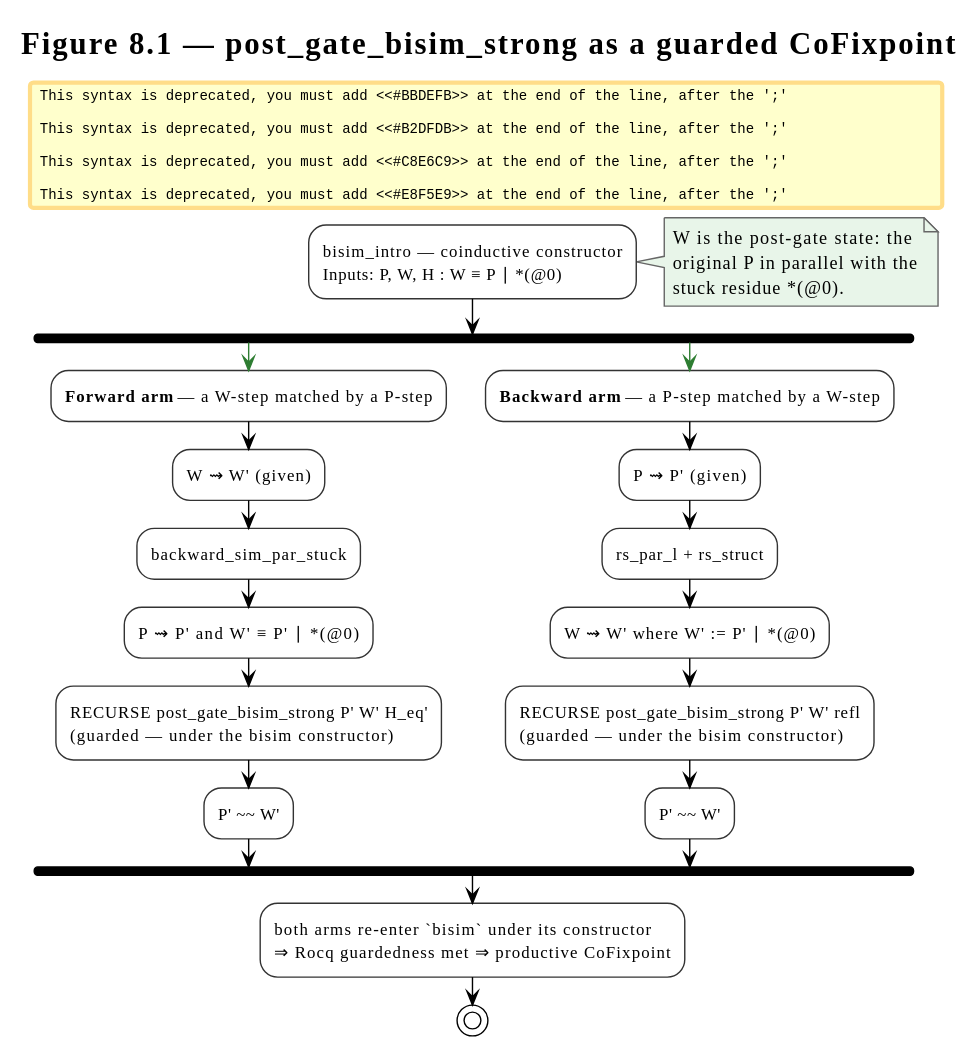
F1R3FLY-io/f1r3node-rust keeps this PlantUML diagram as docs/theory/diagrams/cofixpoint-bisim-flow.svg. Above is the earlier version.
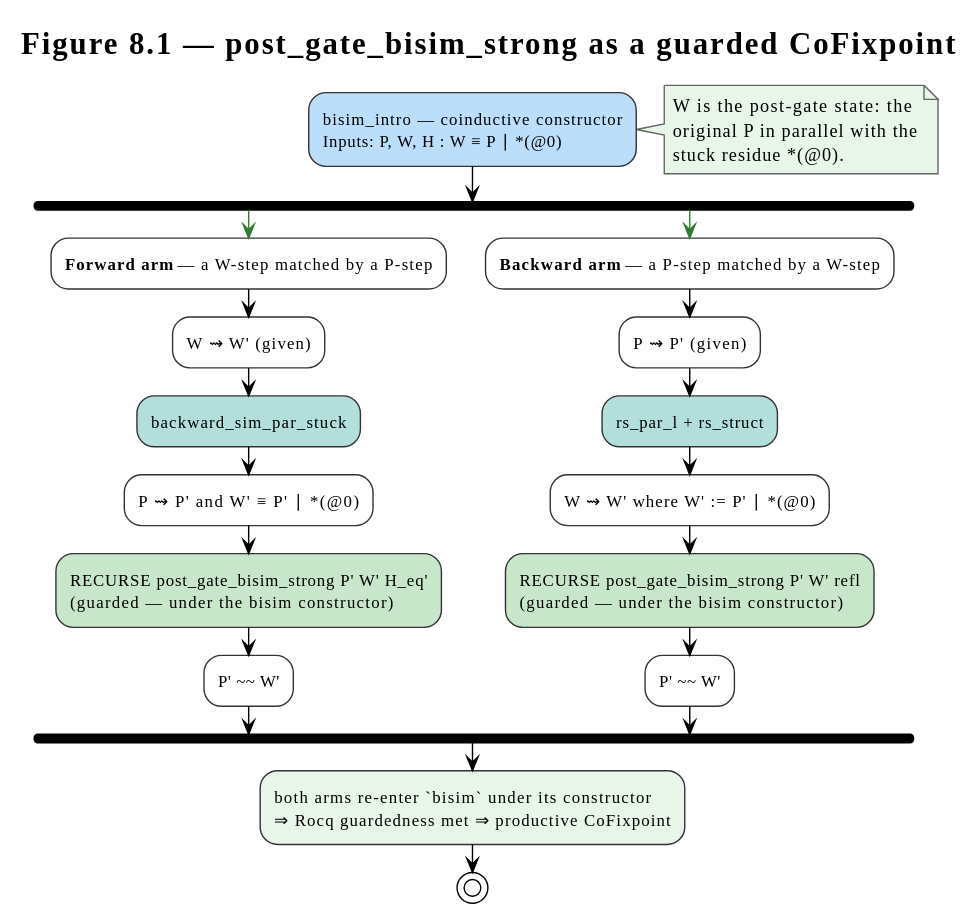
The same diagram one commit later.

Commit message:
[agent] docs(cost-accounting): fix two diagram render bugs (§8.1 deprecation, §5 fan layout)

What changed in the source:
```diff
@@ -8,7 +8,7 @@
 skinparam NoteBorderColor #666666
 title Figure 8.1 — post_gate_bisim_strong as a guarded CoFixpoint
 
-#BBDEFB:bisim_intro — coinductive constructor\nInputs: P, W, H : W ≡ P ∣ *(@0);
+:bisim_intro — coinductive constructor\nInputs: P, W, H : W ≡ P ∣ *(@0); <<#BBDEFB>>
 note right
   W is the post-gate state: the
   original P in parallel with the
@@ -19,20 +19,20 @@
   -[#2E7D32]->
   :**Forward arm** — a W-step matched by a P-step;
   :W ⇝ W'   (given);
-  #B2DFDB:backward_sim_par_stuck;
+  :backward_sim_par_stuck; <<#B2DFDB>>
   :P ⇝ P'   and   W' ≡ P' ∣ *(@0);
-  #C8E6C9:RECURSE  post_gate_bisim_strong P' W' H_eq'\n(guarded — under the bisim constructor);
+  :RECURSE  post_gate_bisim_strong P' W' H_eq'\n(guarded — under the bisim constructor); <<#C8E6C9>>
   :P' ~~ W';
 fork again
   -[#2E7D32]->
   :**Backward arm** — a P-step matched by a W-step;
   :P ⇝ P'   (given);
-  #B2DFDB:rs_par_l + rs_struct;
+  :rs_par_l + rs_struct; <<#B2DFDB>>
   :W ⇝ W'   where   W' := P' ∣ *(@0);
-  #C8E6C9:RECURSE  post_gate_bisim_strong P' W' refl\n(guarded — under the bisim constructor);
+  :RECURSE  post_gate_bisim_strong P' W' refl\n(guarded — under the bisim constructor); <<#C8E6C9>>
   :P' ~~ W';
 end fork
 
-#E8F5E9:both arms re-enter `bisim` under its constructor\n⇒ Rocq guardedness met ⇒ productive CoFixpoint;
+:both arms re-enter `bisim` under its constructor\n⇒ Rocq guardedness met ⇒ productive CoFixpoint; <<#E8F5E9>>
 stop
 @enduml
```
